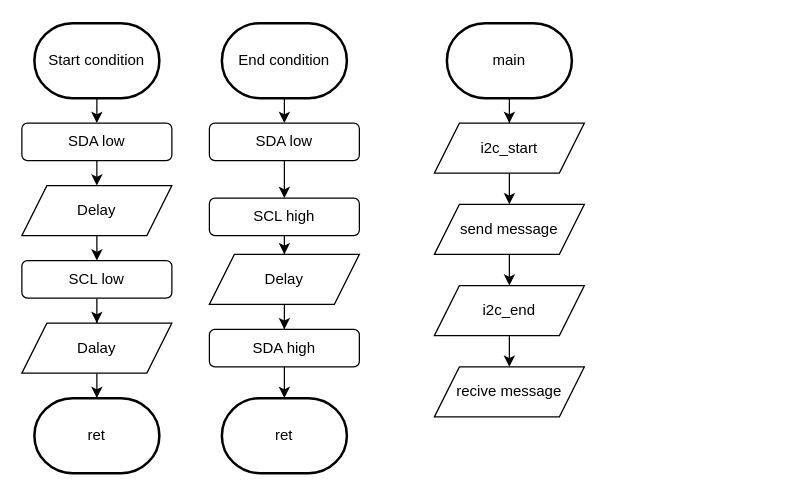
Before: Project02-flowchart-gabby-iker.drawio in msu-eele-465/project2-gabby-iker, a draw.io diagram. Source tidied: cells renumbered, new cells numbered last; positions are measured from the earlier drawing's top-left corner, leaving out a move shared by most shapes. Both pictures are drawn from the tidied source at 125%, with x=0, y=0 at pixel (21, 22).
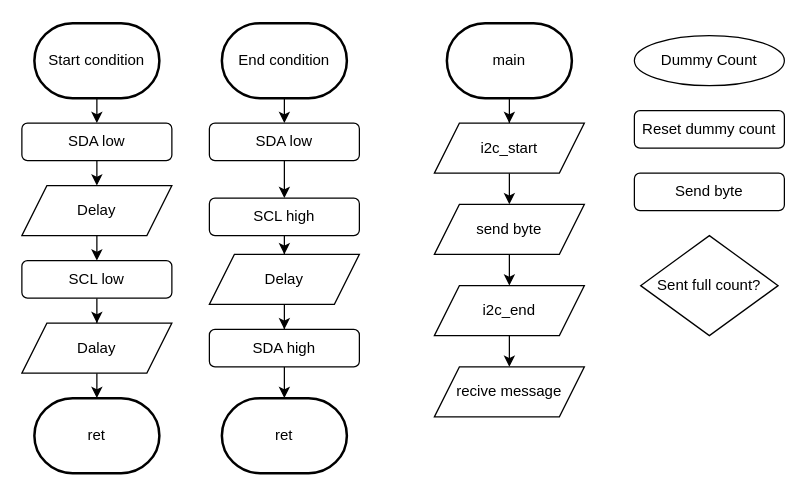
Above is the later version.

Commit message (it also covers changes not shown here):
Nearly completed code

Diff of the diagram source:
```diff
@@
-    <mxCell id="31" value="send message" style="shape=parallelogram;perimeter=parallelogramPerimeter;whiteSpace=wrap;html=1;fixedSize=1;" parent="1" vertex="1">
+    <mxCell id="31" value="send byte" style="shape=parallelogram;perimeter=parallelogramPerimeter;whiteSpace=wrap;html=1;fixedSize=1;" parent="1" vertex="1">
       <mxGeometry x="330" y="145" width="120" height="40" as="geometry" />
     </mxCell>
@@
+    <mxCell id="33" value="Dummy Count" style="ellipse;whiteSpace=wrap;html=1;" parent="1" vertex="1">
+      <mxGeometry x="490" y="10" width="120" height="40" as="geometry" />
+    </mxCell>
+    <mxCell id="34" value="Reset dummy count" style="rounded=1;whiteSpace=wrap;html=1;" parent="1" vertex="1">
+      <mxGeometry x="490" y="70" width="120" height="30" as="geometry" />
+    </mxCell>
+    <mxCell id="35" value="Send byte" style="rounded=1;whiteSpace=wrap;html=1;" parent="1" vertex="1">
+      <mxGeometry x="490" y="120" width="120" height="30" as="geometry" />
+    </mxCell>
+    <mxCell id="36" value="Sent full count?" style="rhombus;whiteSpace=wrap;html=1;" parent="1" vertex="1">
+      <mxGeometry x="495" y="170" width="110" height="80" as="geometry" />
+    </mxCell>
```
